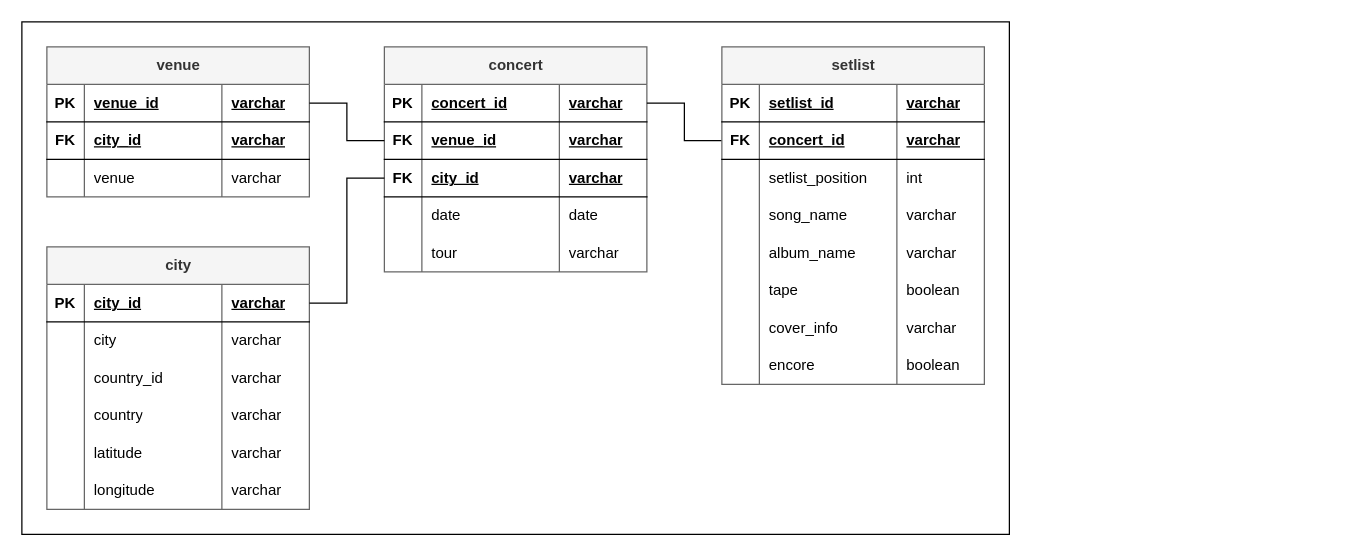
The draw.io diagram ER_diagram/im_concert_tracker_er_diagram.drawio in thomasjenny/im-concert-tracker, before the edit. Source tidied: cells renumbered, new cells numbered last; positions are measured from the earlier drawing's top-left corner, leaving out a move shared by most shapes. Both pictures are drawn from the tidied source at 125%, with x=0, y=0 at pixel (21, 21).
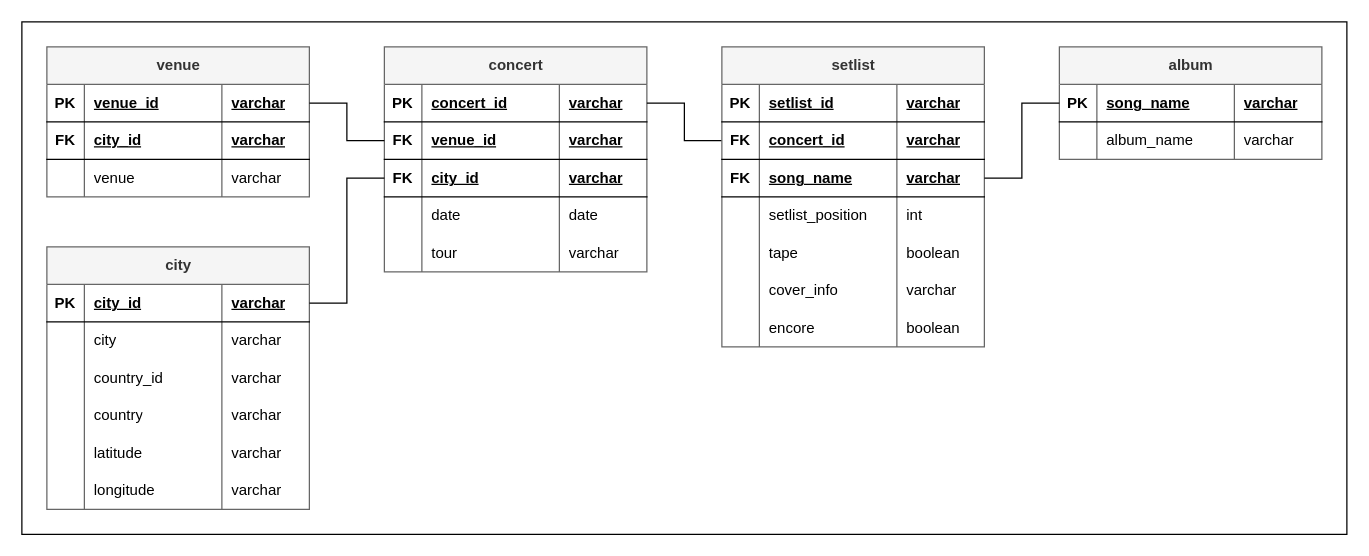
Above is the later version.

Change to the diagram source:
```diff
@@
     <mxCell id="2" style="rounded=0;whiteSpace=wrap;html=1;" parent="1" vertex="1">
-      <mxGeometry width="790" height="410" as="geometry" />
+      <mxGeometry width="1060" height="410" as="geometry" />
     </mxCell>
@@
     <mxCell id="65" value="setlist" style="shape=table;startSize=30;childLayout=tableLayout;rowLines=0;fontStyle=1;align=center;html=1;swimlaneFillColor=#FFFFFF;fillColor=#f5f5f5;strokeColor=#666666;fontColor=#333333;" parent="1" vertex="1">
-      <mxGeometry x="560" y="20" width="210" height="270" as="geometry" />
+      <mxGeometry x="560" y="20" width="210" height="240" as="geometry" />
     </mxCell>
@@
+    <mxCell id="98" style="shape=tableRow;horizontal=0;startSize=0;swimlaneHead=0;swimlaneBody=0;fillColor=none;points=[[0,0.5],[1,0.5]];portConstraint=eastwest;top=0;left=0;right=0;bottom=1;" parent="65" vertex="1">
+      <mxGeometry y="90" width="210" height="30" as="geometry" />
+    </mxCell>
+    <mxCell id="99" value="FK" style="shape=partialRectangle;fillColor=none;top=0;left=0;bottom=0;right=0;fontStyle=1;overflow=hidden;whiteSpace=wrap;html=1;" parent="98" vertex="1">
+      <mxGeometry width="30" height="30" as="geometry" />
+    </mxCell>
+    <mxCell id="100" value="song_name" style="shape=partialRectangle;fillColor=none;top=0;left=0;bottom=0;right=0;align=left;spacingLeft=6;fontStyle=5;overflow=hidden;whiteSpace=wrap;html=1;" parent="98" vertex="1">
+      <mxGeometry x="30" width="110" height="30" as="geometry" />
+    </mxCell>
+    <mxCell id="101" value="varchar" style="shape=partialRectangle;fillColor=none;top=0;left=0;bottom=0;right=0;align=left;spacingLeft=6;fontStyle=5;overflow=hidden;whiteSpace=wrap;html=1;" parent="98" vertex="1">
+      <mxGeometry x="140" width="70" height="30" as="geometry" />
+    </mxCell>
     <mxCell id="74" style="shape=tableRow;horizontal=0;startSize=0;swimlaneHead=0;swimlaneBody=0;fillColor=none;top=0;left=0;right=0;bottom=0;" parent="65" vertex="1">
-      <mxGeometry y="90" width="210" height="30" as="geometry" />
+      <mxGeometry y="120" width="210" height="30" as="geometry" />
     </mxCell>
@@
-    <mxCell id="78" style="shape=tableRow;horizontal=0;startSize=0;swimlaneHead=0;swimlaneBody=0;fillColor=none;top=0;left=0;right=0;bottom=0;" parent="65" vertex="1">
-      <mxGeometry y="120" width="210" height="30" as="geometry" />
-    </mxCell>
-    <mxCell id="79" style="shape=partialRectangle;fillColor=none;top=0;left=0;bottom=0;right=0;overflow=hidden;whiteSpace=wrap;html=1;" parent="78" vertex="1">
-      <mxGeometry width="30" height="30" as="geometry" />
-    </mxCell>
-    <mxCell id="80" value="song_name" style="shape=partialRectangle;fillColor=none;top=0;left=0;bottom=0;right=0;align=left;spacingLeft=6;overflow=hidden;whiteSpace=wrap;html=1;" parent="78" vertex="1">
-      <mxGeometry x="30" width="110" height="30" as="geometry" />
-    </mxCell>
-    <mxCell id="81" value="varchar" style="shape=partialRectangle;fillColor=none;top=0;left=0;bottom=0;right=0;align=left;spacingLeft=6;overflow=hidden;whiteSpace=wrap;html=1;" parent="78" vertex="1">
-      <mxGeometry x="140" width="70" height="30" as="geometry" />
-    </mxCell>
-    <mxCell id="82" style="shape=tableRow;horizontal=0;startSize=0;swimlaneHead=0;swimlaneBody=0;fillColor=none;top=0;left=0;right=0;bottom=0;" parent="65" vertex="1">
-      <mxGeometry y="150" width="210" height="30" as="geometry" />
-    </mxCell>
-    <mxCell id="83" style="shape=partialRectangle;fillColor=none;top=0;left=0;bottom=0;right=0;overflow=hidden;whiteSpace=wrap;html=1;" parent="82" vertex="1">
-      <mxGeometry width="30" height="30" as="geometry" />
-    </mxCell>
-    <mxCell id="84" value="album_name" style="shape=partialRectangle;fillColor=none;top=0;left=0;bottom=0;right=0;align=left;spacingLeft=6;overflow=hidden;whiteSpace=wrap;html=1;" parent="82" vertex="1">
-      <mxGeometry x="30" width="110" height="30" as="geometry" />
-    </mxCell>
-    <mxCell id="85" value="varchar" style="shape=partialRectangle;fillColor=none;top=0;left=0;bottom=0;right=0;align=left;spacingLeft=6;overflow=hidden;whiteSpace=wrap;html=1;" parent="82" vertex="1">
-      <mxGeometry x="140" width="70" height="30" as="geometry" />
-    </mxCell>
     <mxCell id="86" style="shape=tableRow;horizontal=0;startSize=0;swimlaneHead=0;swimlaneBody=0;fillColor=none;top=0;left=0;right=0;bottom=0;" parent="65" vertex="1">
-      <mxGeometry y="180" width="210" height="30" as="geometry" />
+      <mxGeometry y="150" width="210" height="30" as="geometry" />
     </mxCell>
@@
     <mxCell id="90" style="shape=tableRow;horizontal=0;startSize=0;swimlaneHead=0;swimlaneBody=0;fillColor=none;top=0;left=0;right=0;bottom=0;" parent="65" vertex="1">
-      <mxGeometry y="210" width="210" height="30" as="geometry" />
+      <mxGeometry y="180" width="210" height="30" as="geometry" />
     </mxCell>
@@
     <mxCell id="94" style="shape=tableRow;horizontal=0;startSize=0;swimlaneHead=0;swimlaneBody=0;fillColor=none;top=0;left=0;right=0;bottom=0;" parent="65" vertex="1">
-      <mxGeometry y="240" width="210" height="30" as="geometry" />
+      <mxGeometry y="210" width="210" height="30" as="geometry" />
     </mxCell>
@@
+    <mxCell id="102" value="album" style="shape=table;startSize=30;childLayout=tableLayout;rowLines=0;fontStyle=1;align=center;html=1;swimlaneFillColor=#FFFFFF;fillColor=#f5f5f5;strokeColor=#666666;fontColor=#333333;" parent="1" vertex="1">
+      <mxGeometry x="830" y="20" width="210" height="90" as="geometry" />
+    </mxCell>
+    <mxCell id="103" style="shape=tableRow;horizontal=0;startSize=0;swimlaneHead=0;swimlaneBody=0;fillColor=none;points=[[0,0.5],[1,0.5]];portConstraint=eastwest;top=0;left=0;right=0;bottom=1;" parent="102" vertex="1">
+      <mxGeometry y="30" width="210" height="30" as="geometry" />
+    </mxCell>
+    <mxCell id="104" value="PK" style="shape=partialRectangle;fillColor=none;top=0;left=0;bottom=0;right=0;fontStyle=1;overflow=hidden;whiteSpace=wrap;html=1;" parent="103" vertex="1">
+      <mxGeometry width="30" height="30" as="geometry" />
+    </mxCell>
+    <mxCell id="105" value="song_name" style="shape=partialRectangle;fillColor=none;top=0;left=0;bottom=0;right=0;align=left;spacingLeft=6;fontStyle=5;overflow=hidden;whiteSpace=wrap;html=1;" parent="103" vertex="1">
+      <mxGeometry x="30" width="110" height="30" as="geometry" />
+    </mxCell>
+    <mxCell id="106" value="varchar" style="shape=partialRectangle;fillColor=none;top=0;left=0;bottom=0;right=0;align=left;spacingLeft=6;fontStyle=5;overflow=hidden;whiteSpace=wrap;html=1;" parent="103" vertex="1">
+      <mxGeometry x="140" width="70" height="30" as="geometry" />
+    </mxCell>
+    <mxCell id="107" style="shape=tableRow;horizontal=0;startSize=0;swimlaneHead=0;swimlaneBody=0;fillColor=none;top=0;left=0;right=0;bottom=0;" parent="102" vertex="1">
+      <mxGeometry y="60" width="210" height="30" as="geometry" />
+    </mxCell>
+    <mxCell id="108" style="shape=partialRectangle;fillColor=none;top=0;left=0;bottom=0;right=0;overflow=hidden;whiteSpace=wrap;html=1;" parent="107" vertex="1">
+      <mxGeometry width="30" height="30" as="geometry" />
+    </mxCell>
+    <mxCell id="84" value="album_name" style="shape=partialRectangle;fillColor=none;top=0;left=0;bottom=0;right=0;align=left;spacingLeft=6;overflow=hidden;whiteSpace=wrap;html=1;" parent="107" vertex="1">
+      <mxGeometry x="30" width="110" height="30" as="geometry" />
+    </mxCell>
+    <mxCell id="109" value="varchar" style="shape=partialRectangle;fillColor=none;top=0;left=0;bottom=0;right=0;align=left;spacingLeft=6;overflow=hidden;whiteSpace=wrap;html=1;" parent="107" vertex="1">
+      <mxGeometry x="140" width="70" height="30" as="geometry" />
+    </mxCell>
+    <mxCell id="110" style="edgeStyle=orthogonalEdgeStyle;rounded=0;jettySize=auto;html=1;exitX=1;exitY=0.5;exitDx=0;exitDy=0;entryX=0;entryY=0.5;entryDx=0;entryDy=0;endArrow=none;endFill=0;" parent="1" edge="1" source="98" target="103">
+      <mxGeometry relative="1" as="geometry" />
+    </mxCell>
```
